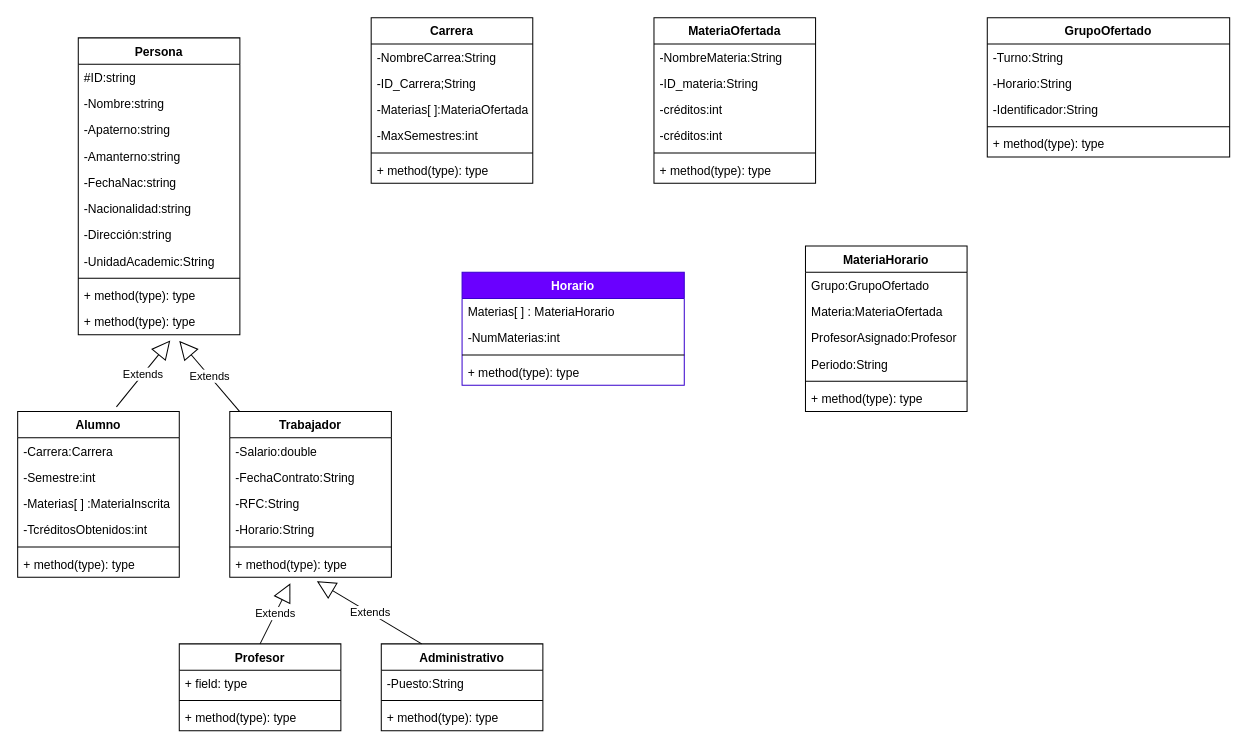
This is PropuestaCE.drawio from Sam200018/ControlEscolar, a draw.io file, before an edit. Source tidied: cells renumbered, new cells numbered last; positions are measured from the earlier drawing's top-left corner, leaving out a move shared by most shapes. Both pictures are drawn from the tidied source at 101%, with x=0, y=0 at pixel (17, 17).
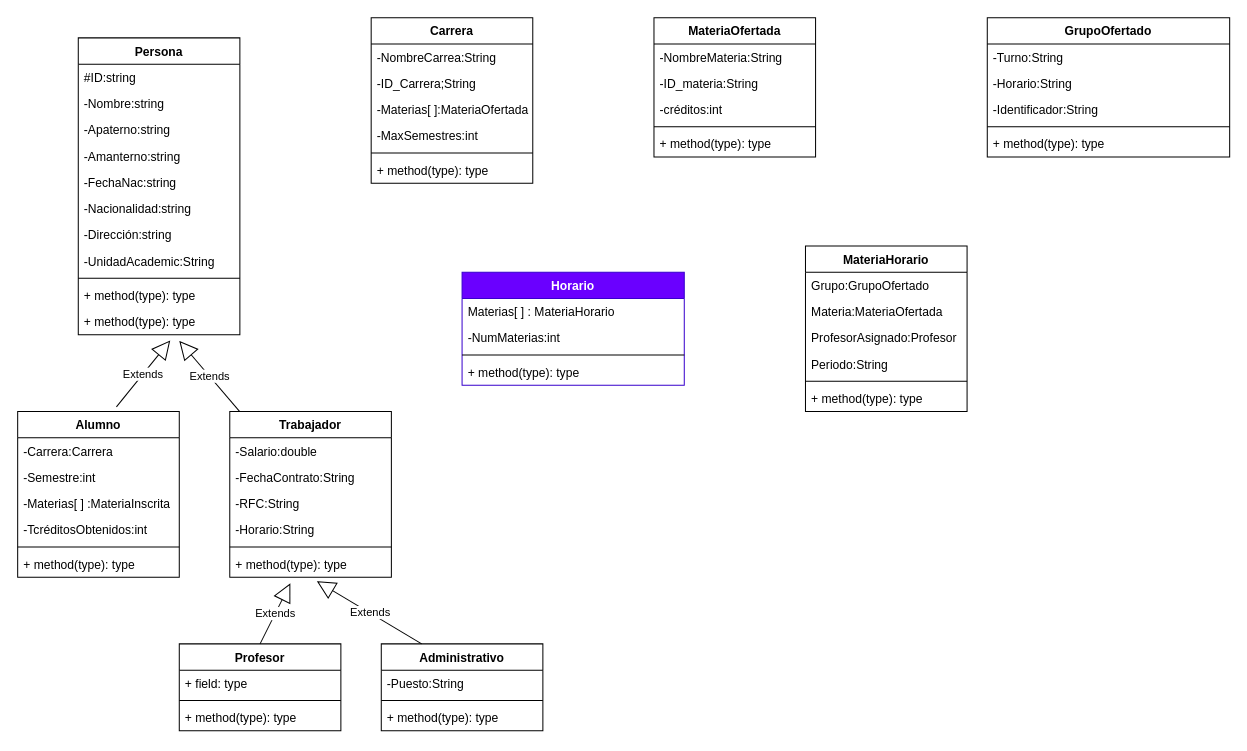
The same diagram, later.

The edit, as a diff of the source:
```diff
@@
     <mxCell id="29" value="MateriaOfertada" style="swimlane;fontStyle=1;align=center;verticalAlign=top;horizontal=1;startSize=26;" parent="1" vertex="1">
-      <mxGeometry x="630" width="160" height="164" as="geometry" />
+      <mxGeometry x="630" width="160" height="138" as="geometry" />
     </mxCell>
@@
-    <mxCell id="33" value="-créditos:int" style="text;strokeColor=none;fillColor=none;align=left;verticalAlign=top;spacingLeft=4;spacingRight=4;overflow=hidden;" parent="29" vertex="1">
-      <mxGeometry y="104" width="160" height="26" as="geometry" />
-    </mxCell>
     <mxCell id="34" style="line;strokeWidth=1;fillColor=none;align=left;verticalAlign=middle;spacingTop=-1;spacingLeft=3;spacingRight=3;labelPosition=right;" parent="29" vertex="1">
-      <mxGeometry y="130" width="160" height="8" as="geometry" />
+      <mxGeometry y="104" width="160" height="8" as="geometry" />
     </mxCell>
     <mxCell id="35" value="+ method(type): type" style="text;strokeColor=none;fillColor=none;align=left;verticalAlign=top;spacingLeft=4;spacingRight=4;overflow=hidden;" parent="29" vertex="1">
-      <mxGeometry y="138" width="160" height="26" as="geometry" />
+      <mxGeometry y="112" width="160" height="26" as="geometry" />
     </mxCell>
```
